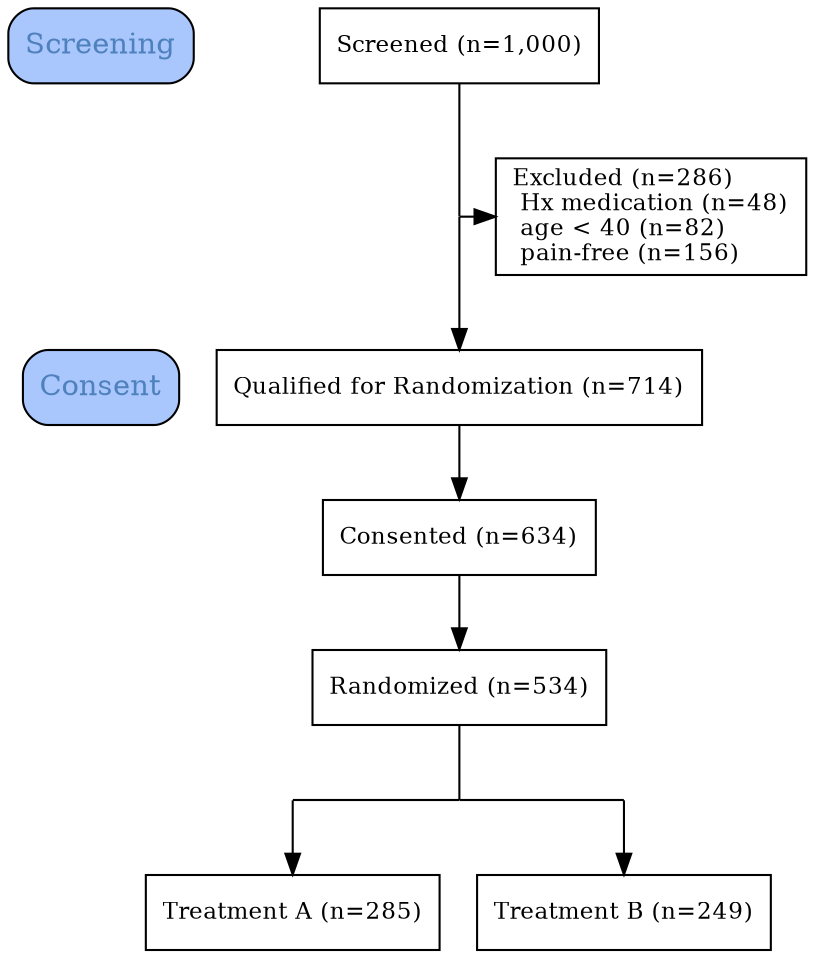
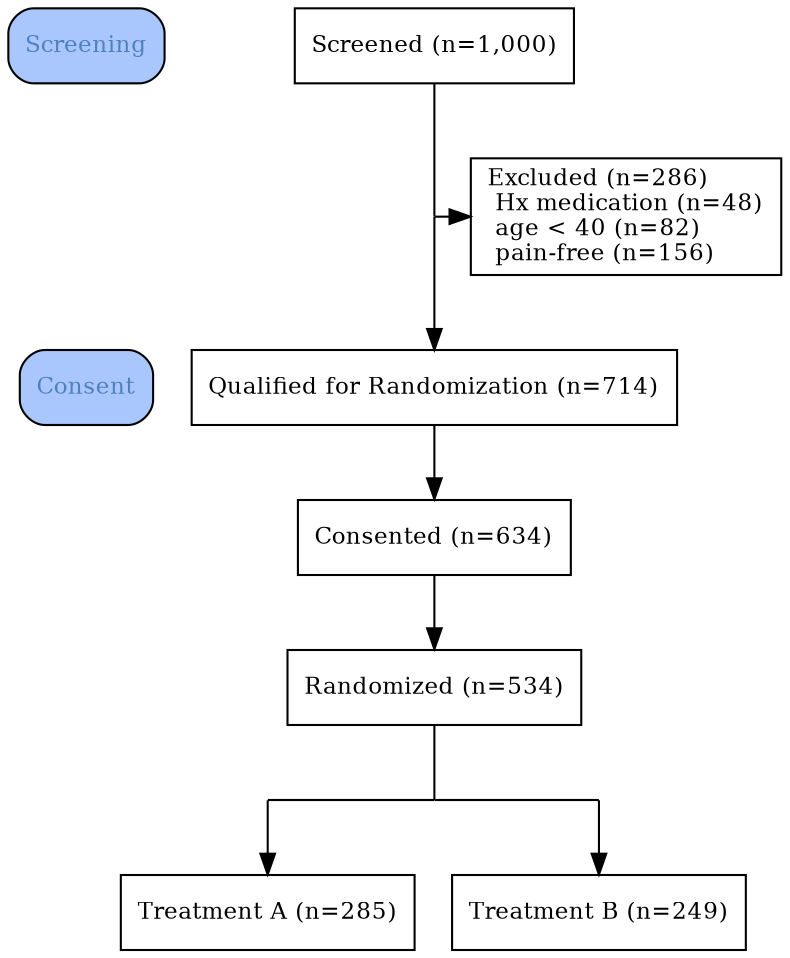
digraph consort_diagram {
  graph [layout = dot, splines=ortho]

node [shape = rectangle]

- label8 [label = "Screening" fillcolor="#A9C7FD" style="rounded,filled" fontcolor="#4F81BD"]
- label9 [label = "Consent" fillcolor="#A9C7FD" style="rounded,filled" fontcolor="#4F81BD"]
+ label8 [label = "Screening" fillcolor="#A9C7FD" style="rounded,filled" fontcolor="#4F81BD" fontsize=11.2]
+ label9 [label = "Consent" fillcolor="#A9C7FD" style="rounded,filled" fontcolor="#4F81BD" fontsize=11.2]

edge[style=invis];
label8 -> label9;


# node definitions with substituted label text

node1 [label = "Screened (n=1,000)" group=A1 fillcolor="white" style="filled" fontcolor="black" fontsize=11.2]
node2 [label = "Excluded (n=286)\l Hx medication (n=48)\l age < 40 (n=82)\l pain-free (n=156)\l" fillcolor="white" style="filled" fontcolor="black" fontsize=11.2]
node3 [label = "Qualified for Randomization (n=714)" group=A1 fillcolor="white" style="filled" fontcolor="black" fontsize=11.2]
node4 [label = "Consented (n=634)" group=A1 fillcolor="white" style="filled" fontcolor="black" fontsize=11.2]
node5 [label = "Randomized (n=534)" group=A1 fillcolor="white" style="filled" fontcolor="black" fontsize=11.2]
node6 [label = "Treatment A (n=285)" group=B1 fillcolor="white" style="filled" fontcolor="black" fontsize=11.2]
node7 [label = "Treatment B (n=249)" group=B2 fillcolor="white" style="filled" fontcolor="black" fontsize=11.2]


## Invisible point node for joints

node [shape = point, width = 0, style=invis]

P1 [group=A1]
P2 [group=B1]
P3 [group=A1]
P4 [group=B2]

subgraph {
  rank = same; rankdir = LR; label8;  node1;
  }
subgraph {
  rank = same; rankdir = LR; P1; node2;
  }
subgraph {
  rank = same; rankdir = LR; label9;  node3;
  }
subgraph {
  rank = same; rankdir = LR; node4;
  }
subgraph {
  rank = same; rankdir = LR; node5;
  }
subgraph {
  rank = same; rankdir = LR; P2; P3; P4;
  }
subgraph {
  rank = same; rankdir = LR; node6; node7;
  }

edge[color="black" penwidth=1 style="" arrowhead="normal" arrowsize=1.00];

node1 -> P1 [arrowhead = none];
P1 -> node2;
P1 -> node3;
node3 -> node4;
node4 -> node5;
node5 -> P3 [arrowhead = none];
P2 -> node6;
P4 -> node7;
P2 -> P3 -> P4 [arrowhead = none];


}
